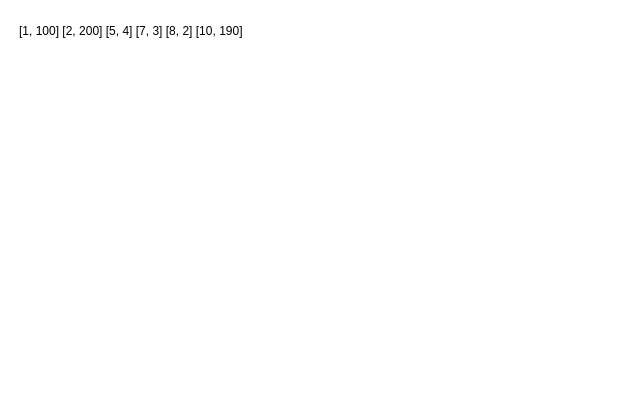
This is 27/32 (медкомпания биоматериал)/Диаграмма без названия.drawio from nesrv/EGE-2024, a draw.io file, before an edit. Source tidied: cells renumbered, new cells numbered last; positions are measured from the earlier drawing's top-left corner, leaving out a move shared by most shapes. Both pictures are drawn from the tidied source at 100%, with x=0, y=0 at pixel (17, 17).
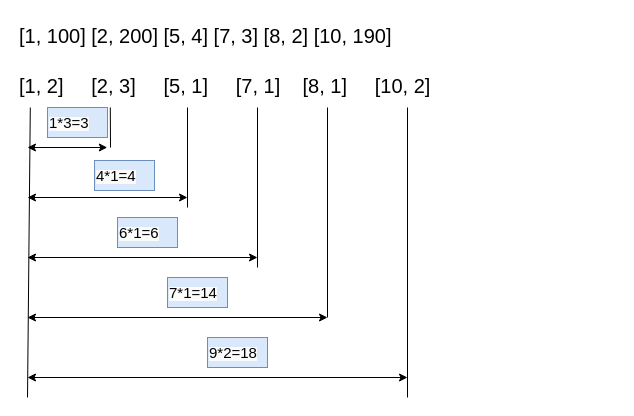
The same diagram, later.

Diff of the diagram source:
```diff
@@
-    <mxCell id="2" value="[1, 100] [2, 200] [5, 4] [7, 3] [8, 2] [10, 190]" style="text;whiteSpace=wrap;" parent="1" vertex="1">
-      <mxGeometry width="260" height="40" as="geometry" />
+    <mxCell id="2" value="[1, 100] [2, 200] [5, 4] [7, 3] [8, 2] [10, 190]" style="text;whiteSpace=wrap;fontSize=20;" parent="1" vertex="1">
+      <mxGeometry width="600" height="50" as="geometry" />
     </mxCell>
+    <mxCell id="3" value="[1, 2]     [2, 3]     [5, 1]     [7, 1]    [8, 1]     [10, 2]" style="text;whiteSpace=wrap;fontSize=20;" parent="1" vertex="1">
+      <mxGeometry y="50" width="600" height="50" as="geometry" />
+    </mxCell>
+    <mxCell id="4" style="endArrow=classic;startArrow=classic;html=1;rounded=0;exitX=0.017;exitY=1.04;exitDx=0;exitDy=0;exitPerimeter=0;" parent="1" edge="1">
+      <mxGeometry relative="1" as="geometry">
+        <mxPoint x="10" y="130" as="sourcePoint" />
+        <mxPoint x="89.8" y="130" as="targetPoint" />
+      </mxGeometry>
+    </mxCell>
+    <mxCell id="5" style="endArrow=none;html=1;rounded=0;entryX=0.038;entryY=1.08;entryDx=0;entryDy=0;entryPerimeter=0;" parent="1" edge="1">
+      <mxGeometry relative="1" as="geometry">
+        <mxPoint x="10" y="380" as="sourcePoint" />
+        <mxPoint x="12.8" y="90" as="targetPoint" />
+      </mxGeometry>
+    </mxCell>
+    <mxCell id="6" style="endArrow=none;html=1;rounded=0;entryX=0.038;entryY=1.08;entryDx=0;entryDy=0;entryPerimeter=0;" parent="1" edge="1">
+      <mxGeometry relative="1" as="geometry">
+        <mxPoint x="93" y="130" as="sourcePoint" />
+        <mxPoint x="92.8" y="90" as="targetPoint" />
+      </mxGeometry>
+    </mxCell>
+    <mxCell id="7" style="endArrow=none;html=1;rounded=0;entryX=0.038;entryY=1.08;entryDx=0;entryDy=0;entryPerimeter=0;" parent="1" edge="1">
+      <mxGeometry relative="1" as="geometry">
+        <mxPoint x="170" y="190" as="sourcePoint" />
+        <mxPoint x="170" y="90" as="targetPoint" />
+      </mxGeometry>
+    </mxCell>
+    <mxCell id="8" style="endArrow=none;html=1;rounded=0;entryX=0.038;entryY=1.08;entryDx=0;entryDy=0;entryPerimeter=0;" parent="1" edge="1">
+      <mxGeometry relative="1" as="geometry">
+        <mxPoint x="240" y="250" as="sourcePoint" />
+        <mxPoint x="240" y="90" as="targetPoint" />
+      </mxGeometry>
+    </mxCell>
+    <mxCell id="9" style="endArrow=none;html=1;rounded=0;entryX=0.038;entryY=1.08;entryDx=0;entryDy=0;entryPerimeter=0;" parent="1" edge="1">
+      <mxGeometry relative="1" as="geometry">
+        <mxPoint x="310" y="300" as="sourcePoint" />
+        <mxPoint x="310" y="90" as="targetPoint" />
+      </mxGeometry>
+    </mxCell>
+    <mxCell id="10" style="endArrow=none;html=1;rounded=0;entryX=0.038;entryY=1.08;entryDx=0;entryDy=0;entryPerimeter=0;" parent="1" edge="1">
+      <mxGeometry relative="1" as="geometry">
+        <mxPoint x="390" y="380" as="sourcePoint" />
+        <mxPoint x="390" y="90" as="targetPoint" />
+      </mxGeometry>
+    </mxCell>
+    <mxCell id="11" style="endArrow=classic;startArrow=classic;html=1;rounded=0;exitX=0.017;exitY=1.04;exitDx=0;exitDy=0;exitPerimeter=0;" parent="1" edge="1">
+      <mxGeometry relative="1" as="geometry">
+        <mxPoint x="10" y="180" as="sourcePoint" />
+        <mxPoint x="170" y="180" as="targetPoint" />
+      </mxGeometry>
+    </mxCell>
+    <mxCell id="12" style="endArrow=classic;startArrow=classic;html=1;rounded=0;exitX=0.017;exitY=1.04;exitDx=0;exitDy=0;exitPerimeter=0;" parent="1" edge="1">
+      <mxGeometry relative="1" as="geometry">
+        <mxPoint x="10" y="240" as="sourcePoint" />
+        <mxPoint x="240" y="240" as="targetPoint" />
+      </mxGeometry>
+    </mxCell>
+    <mxCell id="13" style="endArrow=classic;startArrow=classic;html=1;rounded=0;exitX=0.017;exitY=1.04;exitDx=0;exitDy=0;exitPerimeter=0;" parent="1" edge="1">
+      <mxGeometry relative="1" as="geometry">
+        <mxPoint x="10" y="300" as="sourcePoint" />
+        <mxPoint x="310" y="300" as="targetPoint" />
+      </mxGeometry>
+    </mxCell>
+    <mxCell id="14" style="endArrow=classic;startArrow=classic;html=1;rounded=0;exitX=0.017;exitY=1.04;exitDx=0;exitDy=0;exitPerimeter=0;" parent="1" edge="1">
+      <mxGeometry relative="1" as="geometry">
+        <mxPoint x="10" y="360" as="sourcePoint" />
+        <mxPoint x="390" y="360" as="targetPoint" />
+      </mxGeometry>
+    </mxCell>
+    <mxCell id="15" value="&lt;span style=&quot;color: rgb(0, 0, 0); font-family: Helvetica; font-style: normal; font-variant-ligatures: normal; font-variant-caps: normal; font-weight: 400; letter-spacing: normal; orphans: 2; text-align: left; text-indent: 0px; text-transform: none; widows: 2; word-spacing: 0px; -webkit-text-stroke-width: 0px; background-color: rgb(251, 251, 251); text-decoration-thickness: initial; text-decoration-style: initial; text-decoration-color: initial; float: none; display: inline !important;&quot;&gt;&lt;font style=&quot;font-size: 15px;&quot;&gt;1*3=3&lt;/font&gt;&lt;/span&gt;" style="text;whiteSpace=wrap;html=1;fillColor=#dae8fc;strokeColor=#6c8ebf;" parent="1" vertex="1">
+      <mxGeometry x="30" y="90" width="60" height="30" as="geometry" />
+    </mxCell>
+    <mxCell id="16" value="&lt;span style=&quot;color: rgb(0, 0, 0); font-family: Helvetica; font-style: normal; font-variant-ligatures: normal; font-variant-caps: normal; font-weight: 400; letter-spacing: normal; orphans: 2; text-align: left; text-indent: 0px; text-transform: none; widows: 2; word-spacing: 0px; -webkit-text-stroke-width: 0px; background-color: rgb(251, 251, 251); text-decoration-thickness: initial; text-decoration-style: initial; text-decoration-color: initial; float: none; display: inline !important;&quot;&gt;&lt;font style=&quot;font-size: 15px;&quot;&gt;6*1=6&lt;/font&gt;&lt;/span&gt;" style="text;whiteSpace=wrap;html=1;fillColor=#dae8fc;strokeColor=#6c8ebf;" parent="1" vertex="1">
+      <mxGeometry x="100" y="200" width="60" height="30" as="geometry" />
+    </mxCell>
+    <mxCell id="17" value="&lt;span style=&quot;color: rgb(0, 0, 0); font-family: Helvetica; font-style: normal; font-variant-ligatures: normal; font-variant-caps: normal; font-weight: 400; letter-spacing: normal; orphans: 2; text-align: left; text-indent: 0px; text-transform: none; widows: 2; word-spacing: 0px; -webkit-text-stroke-width: 0px; background-color: rgb(251, 251, 251); text-decoration-thickness: initial; text-decoration-style: initial; text-decoration-color: initial; float: none; display: inline !important;&quot;&gt;&lt;font style=&quot;font-size: 15px;&quot;&gt;4*1=4&lt;/font&gt;&lt;/span&gt;" style="text;whiteSpace=wrap;html=1;fillColor=#dae8fc;strokeColor=#6c8ebf;" parent="1" vertex="1">
+      <mxGeometry x="77" y="143" width="60" height="30" as="geometry" />
+    </mxCell>
+    <mxCell id="18" value="&lt;span style=&quot;color: rgb(0, 0, 0); font-family: Helvetica; font-style: normal; font-variant-ligatures: normal; font-variant-caps: normal; font-weight: 400; letter-spacing: normal; orphans: 2; text-align: left; text-indent: 0px; text-transform: none; widows: 2; word-spacing: 0px; -webkit-text-stroke-width: 0px; background-color: rgb(251, 251, 251); text-decoration-thickness: initial; text-decoration-style: initial; text-decoration-color: initial; float: none; display: inline !important;&quot;&gt;&lt;font style=&quot;font-size: 15px;&quot;&gt;7*1=14&lt;/font&gt;&lt;/span&gt;" style="text;whiteSpace=wrap;html=1;fillColor=#dae8fc;strokeColor=#6c8ebf;" parent="1" vertex="1">
+      <mxGeometry x="150" y="260" width="60" height="30" as="geometry" />
+    </mxCell>
+    <mxCell id="19" value="&lt;span style=&quot;color: rgb(0, 0, 0); font-family: Helvetica; font-style: normal; font-variant-ligatures: normal; font-variant-caps: normal; font-weight: 400; letter-spacing: normal; orphans: 2; text-align: left; text-indent: 0px; text-transform: none; widows: 2; word-spacing: 0px; -webkit-text-stroke-width: 0px; background-color: rgb(251, 251, 251); text-decoration-thickness: initial; text-decoration-style: initial; text-decoration-color: initial; float: none; display: inline !important;&quot;&gt;&lt;font style=&quot;font-size: 15px;&quot;&gt;9*2=18&lt;/font&gt;&lt;/span&gt;" style="text;whiteSpace=wrap;html=1;fillColor=#dae8fc;strokeColor=#6c8ebf;" parent="1" vertex="1">
+      <mxGeometry x="190" y="320" width="60" height="30" as="geometry" />
+    </mxCell>
```
